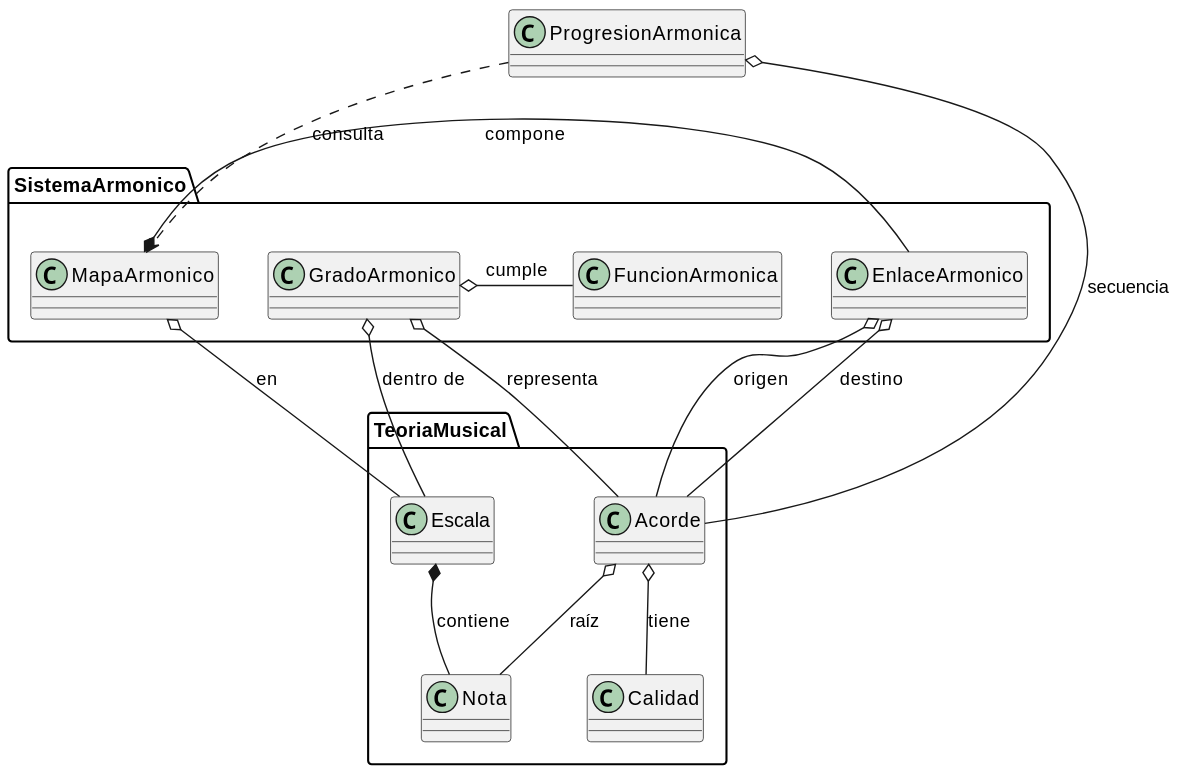
Before: images/music/cQuintas/RUP/00-casos-uso/00-modelo-del-dominio/modelo-dominio.svg, a diagram exported from PlantUML (mmasias/mmasias).
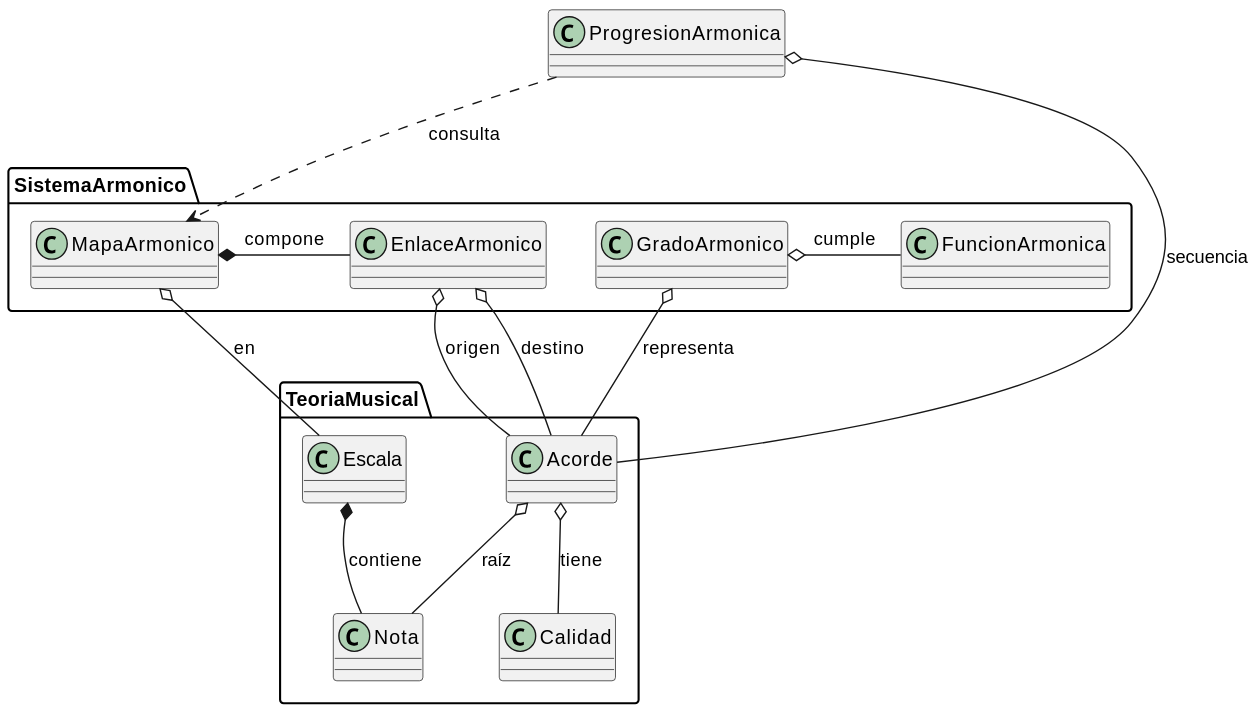
Later version of the same file.

Commit message:
refactor: nomenclatura del dominio

Diff of the diagram source:
```diff
@@ -26,7 +26,6 @@
 EnlaceArmonico o-- Acorde : origen
 EnlaceArmonico o-- Acorde : destino
 MapaArmonico o-- Escala : en
-GradoArmonico o-- Escala : dentro de
 
 ProgresionArmonica o-- Acorde : secuencia
 ProgresionArmonica ..> MapaArmonico : consulta
```
